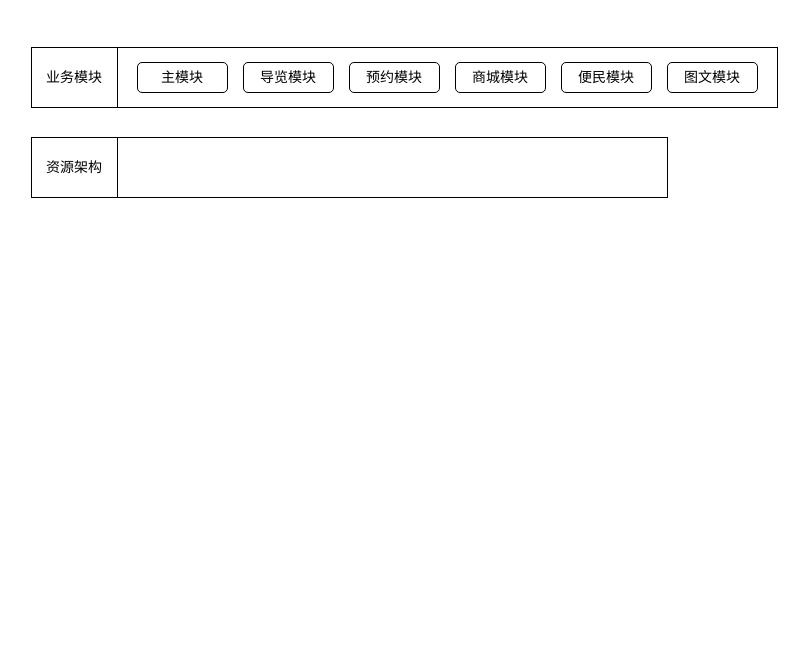
The draw.io diagram miniprogram.drawio in Labraff/diagrams.database, before the edit. Source tidied: cells renumbered, new cells numbered last; positions are measured from the earlier drawing's top-left corner, leaving out a move shared by most shapes. Both pictures are drawn from the tidied source at 100%, with x=0, y=0 at pixel (31, 47).
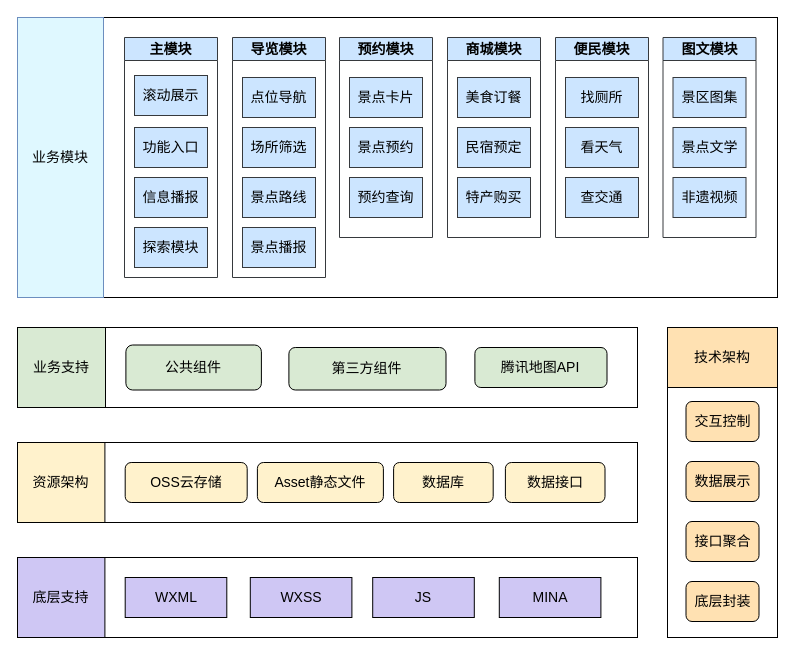
The same diagram, later.

What changed in the source:
```diff
@@
+    <mxCell id="12" style="group;" parent="1" vertex="1">
+      <mxGeometry x="-14" y="510" width="620" height="80" as="geometry" />
+    </mxCell>
+    <mxCell id="13" style="rounded=0;whiteSpace=wrap;html=1;fontSize=14;" parent="12" vertex="1">
+      <mxGeometry width="620" height="80" as="geometry" />
+    </mxCell>
+    <mxCell id="14" value="底层支持" style="rounded=0;whiteSpace=wrap;html=1;fontSize=14;fillColor=#cfc7f4;" parent="12" vertex="1">
+      <mxGeometry width="87.4" height="80" as="geometry" />
+    </mxCell>
+    <mxCell id="15" value="WXML" style="rounded=0;whiteSpace=wrap;html=1;fontSize=14;fillColor=#cfc7f4;" parent="12" vertex="1">
+      <mxGeometry x="107.7" y="20" width="101.6" height="40" as="geometry" />
+    </mxCell>
+    <mxCell id="16" value="WXSS" style="rounded=0;whiteSpace=wrap;html=1;fontSize=14;fillColor=#cfc7f4;" parent="12" vertex="1">
+      <mxGeometry x="232.8" y="20" width="101.6" height="40" as="geometry" />
+    </mxCell>
+    <mxCell id="17" value="JS" style="rounded=0;whiteSpace=wrap;html=1;fontSize=14;fillColor=#cfc7f4;" parent="12" vertex="1">
+      <mxGeometry x="355.2" y="20" width="101.6" height="40" as="geometry" />
+    </mxCell>
+    <mxCell id="18" value="MINA" style="rounded=0;whiteSpace=wrap;html=1;fontSize=14;fillColor=#cfc7f4;" parent="12" vertex="1">
+      <mxGeometry x="481.8" y="20" width="101.6" height="40" as="geometry" />
+    </mxCell>
+    <mxCell id="19" style="group;" parent="1" vertex="1">
+      <mxGeometry x="-14" y="395" width="620" height="80" as="geometry" />
+    </mxCell>
+    <mxCell id="10" style="rounded=0;whiteSpace=wrap;html=1;fontSize=14;" parent="19" vertex="1">
+      <mxGeometry x="6.1" width="613.9" height="80" as="geometry" />
+    </mxCell>
+    <mxCell id="11" value="资源架构" style="rounded=0;whiteSpace=wrap;html=1;fontSize=14;fillColor=#fff2cc;" parent="19" vertex="1">
+      <mxGeometry width="87.4" height="80" as="geometry" />
+    </mxCell>
+    <mxCell id="20" value="OSS云存储" style="rounded=1;whiteSpace=wrap;html=1;fontSize=14;fillColor=#fff2cc;" parent="19" vertex="1">
+      <mxGeometry x="107.7" y="20" width="122" height="40" as="geometry" />
+    </mxCell>
+    <mxCell id="21" value="Asset静态文件" style="rounded=1;whiteSpace=wrap;html=1;fontSize=14;fillColor=#fff2cc;" parent="19" vertex="1">
+      <mxGeometry x="239.9" y="20" width="126" height="40" as="geometry" />
+    </mxCell>
+    <mxCell id="22" value="数据库" style="rounded=1;whiteSpace=wrap;html=1;fontSize=14;fillColor=#fff2cc;" parent="19" vertex="1">
+      <mxGeometry x="376.1" y="20" width="99.6" height="40" as="geometry" />
+    </mxCell>
+    <mxCell id="23" value="数据接口" style="rounded=1;whiteSpace=wrap;html=1;fontSize=14;fillColor=#fff2cc;" parent="19" vertex="1">
+      <mxGeometry x="487.9" y="20" width="99.6" height="40" as="geometry" />
+    </mxCell>
+    <mxCell id="24" style="group;" parent="1" vertex="1">
+      <mxGeometry x="-14" y="280" width="620" height="80" as="geometry" />
+    </mxCell>
+    <mxCell id="25" style="rounded=0;whiteSpace=wrap;html=1;fontSize=14;" parent="24" vertex="1">
+      <mxGeometry width="620" height="80" as="geometry" />
+    </mxCell>
+    <mxCell id="26" value="业务支持" style="rounded=0;whiteSpace=wrap;html=1;fontSize=14;fillColor=#d9ead3;" parent="24" vertex="1">
+      <mxGeometry width="88" height="80" as="geometry" />
+    </mxCell>
+    <mxCell id="27" value="公共组件" style="rounded=1;whiteSpace=wrap;html=1;fontSize=14;fillColor=#d9ead3;" parent="24" vertex="1">
+      <mxGeometry x="108.4" y="17.5" width="135.5" height="45" as="geometry" />
+    </mxCell>
+    <mxCell id="28" value="第三方组件" style="rounded=1;whiteSpace=wrap;html=1;fontSize=14;fillColor=#d9ead3;" parent="24" vertex="1">
+      <mxGeometry x="271.4" y="20" width="157.1" height="42.5" as="geometry" />
+    </mxCell>
+    <mxCell id="29" value="腾讯地图API" style="rounded=1;whiteSpace=wrap;html=1;fontSize=14;fillColor=#d9ead3;" parent="24" vertex="1">
+      <mxGeometry x="457.4" y="20" width="132.1" height="40" as="geometry" />
+    </mxCell>
+    <mxCell id="30" style="group;" parent="1" vertex="1">
+      <mxGeometry x="636" y="280" width="110" height="310" as="geometry" />
+    </mxCell>
+    <mxCell id="31" style="rounded=0;whiteSpace=wrap;html=1;fontSize=14;" parent="30" vertex="1">
+      <mxGeometry width="110" height="310" as="geometry" />
+    </mxCell>
+    <mxCell id="32" value="技术架构" style="rounded=0;whiteSpace=wrap;html=1;fontSize=14;fillColor=#ffe1b2;" parent="30" vertex="1">
+      <mxGeometry width="110" height="60" as="geometry" />
+    </mxCell>
+    <mxCell id="33" value="底层封装" style="rounded=1;whiteSpace=wrap;html=1;fontSize=14;fillColor=#ffe1b2;" parent="30" vertex="1">
+      <mxGeometry x="18.5" y="254" width="73" height="40" as="geometry" />
+    </mxCell>
+    <mxCell id="34" value="接口聚合" style="rounded=1;whiteSpace=wrap;html=1;fontSize=14;fillColor=#ffe1b2;" parent="30" vertex="1">
+      <mxGeometry x="18.5" y="194" width="73" height="40" as="geometry" />
+    </mxCell>
+    <mxCell id="35" value="数据展示" style="rounded=1;whiteSpace=wrap;html=1;fontSize=14;fillColor=#ffe1b2;" parent="30" vertex="1">
+      <mxGeometry x="18.5" y="134" width="73" height="40" as="geometry" />
+    </mxCell>
+    <mxCell id="36" value="交互控制" style="rounded=1;whiteSpace=wrap;html=1;fontSize=14;fillColor=#ffe1b2;" parent="30" vertex="1">
+      <mxGeometry x="18.5" y="74" width="73" height="40" as="geometry" />
+    </mxCell>
+    <mxCell id="37" style="group;" parent="1" vertex="1">
+      <mxGeometry x="-14" y="-30" width="760" height="280" as="geometry" />
+    </mxCell>
-    <mxCell id="2" style="rounded=0;whiteSpace=wrap;html=1;" parent="1" vertex="1">
-      <mxGeometry width="746" height="60" as="geometry" />
+    <mxCell id="2" style="rounded=0;whiteSpace=wrap;html=1;" parent="37" vertex="1">
+      <mxGeometry width="760" height="280" as="geometry" />
     </mxCell>
-    <mxCell id="3" value="&lt;font style=&quot;font-size: 14px;&quot;&gt;业务模块&lt;/font&gt;" style="rounded=0;whiteSpace=wrap;html=1;" parent="1" vertex="1">
-      <mxGeometry width="86" height="60" as="geometry" />
+    <mxCell id="3" value="&lt;font style=&quot;font-size: 14px;&quot;&gt;业务模块&lt;/font&gt;" style="rounded=0;whiteSpace=wrap;html=1;fillColor=#dff8ff;strokeColor=#6c8ebf;" parent="37" vertex="1">
+      <mxGeometry width="86" height="280" as="geometry" />
     </mxCell>
+    <mxCell id="5" value="主模块" style="swimlane;whiteSpace=wrap;html=1;fontSize=14;fillColor=#cce5ff;strokeColor=#36393d;" parent="37" vertex="1">
+      <mxGeometry x="107" y="20" width="93" height="240" as="geometry" />
+    </mxCell>
+    <mxCell id="38" value="滚动展示" style="rounded=0;whiteSpace=wrap;html=1;fontSize=14;fillColor=#cce5ff;strokeColor=#36393d;" parent="5" vertex="1">
+      <mxGeometry x="10" y="38" width="73" height="40" as="geometry" />
+    </mxCell>
-    <mxCell id="4" value="导览模块" style="rounded=1;whiteSpace=wrap;html=1;fontSize=14;" parent="1" vertex="1">
-      <mxGeometry x="212" y="15" width="90" height="30" as="geometry" />
+    <mxCell id="4" value="导览模块" style="swimlane;whiteSpace=wrap;html=1;fontSize=14;fillColor=#cce5ff;strokeColor=#36393d;" parent="37" vertex="1">
+      <mxGeometry x="215" y="20" width="93" height="240" as="geometry" />
     </mxCell>
-    <mxCell id="5" value="主模块" style="rounded=1;whiteSpace=wrap;html=1;fontSize=14;" parent="1" vertex="1">
-      <mxGeometry x="106" y="15" width="90" height="30" as="geometry" />
-    </mxCell>
-    <mxCell id="6" value="预约模块" style="rounded=1;whiteSpace=wrap;html=1;fontSize=14;" parent="1" vertex="1">
-      <mxGeometry x="318" y="15" width="90" height="30" as="geometry" />
+    <mxCell id="6" value="预约模块" style="swimlane;whiteSpace=wrap;html=1;fontSize=14;fillColor=#cce5ff;strokeColor=#36393d;" parent="37" vertex="1">
+      <mxGeometry x="322" y="20" width="93" height="200" as="geometry" />
     </mxCell>
-    <mxCell id="7" value="商城模块" style="rounded=1;whiteSpace=wrap;html=1;fontSize=14;" parent="1" vertex="1">
-      <mxGeometry x="424" y="15" width="90" height="30" as="geometry" />
+    <mxCell id="7" value="商城模块" style="swimlane;whiteSpace=wrap;html=1;fontSize=14;fillColor=#cce5ff;strokeColor=#36393d;" parent="37" vertex="1">
+      <mxGeometry x="430" y="20" width="93" height="200" as="geometry" />
     </mxCell>
+    <mxCell id="39" value="美食订餐" style="rounded=0;whiteSpace=wrap;html=1;fontSize=14;fillColor=#cce5ff;strokeColor=#36393d;" parent="7" vertex="1">
+      <mxGeometry x="10" y="40" width="73" height="40" as="geometry" />
+    </mxCell>
-    <mxCell id="8" value="便民模块" style="rounded=1;whiteSpace=wrap;html=1;fontSize=14;" parent="1" vertex="1">
-      <mxGeometry x="530" y="15" width="90" height="30" as="geometry" />
+    <mxCell id="8" value="便民模块" style="swimlane;whiteSpace=wrap;html=1;fontSize=14;fillColor=#cce5ff;strokeColor=#36393d;" parent="37" vertex="1">
+      <mxGeometry x="538" y="20" width="93" height="200" as="geometry" />
     </mxCell>
-    <mxCell id="9" value="图文模块" style="rounded=1;whiteSpace=wrap;html=1;fontSize=14;" parent="1" vertex="1">
-      <mxGeometry x="636" y="15" width="90" height="30" as="geometry" />
+    <mxCell id="9" value="图文模块" style="swimlane;whiteSpace=wrap;html=1;fontSize=14;fillColor=#cce5ff;strokeColor=#36393d;" parent="37" vertex="1">
+      <mxGeometry x="645.5" y="20" width="93" height="200" as="geometry" />
     </mxCell>
-    <mxCell id="10" style="rounded=0;whiteSpace=wrap;html=1;fontSize=14;" parent="1" vertex="1">
-      <mxGeometry y="90" width="636" height="60" as="geometry" />
-    </mxCell>
-    <mxCell id="11" value="资源架构" style="rounded=0;whiteSpace=wrap;html=1;fontSize=14;" parent="1" vertex="1">
-      <mxGeometry y="90" width="86" height="60" as="geometry" />
-    </mxCell>
+    <mxCell id="40" value="功能入口" style="rounded=0;whiteSpace=wrap;html=1;fontSize=14;fillColor=#cce5ff;strokeColor=#36393d;" parent="37" vertex="1">
+      <mxGeometry x="117" y="110" width="73" height="40" as="geometry" />
+    </mxCell>
+    <mxCell id="41" value="信息播报" style="rounded=0;whiteSpace=wrap;html=1;fontSize=14;fillColor=#cce5ff;strokeColor=#36393d;" parent="37" vertex="1">
+      <mxGeometry x="117" y="160" width="73" height="40" as="geometry" />
+    </mxCell>
+    <mxCell id="42" value="探索模块" style="rounded=0;whiteSpace=wrap;html=1;fontSize=14;fillColor=#cce5ff;strokeColor=#36393d;" parent="37" vertex="1">
+      <mxGeometry x="117" y="210" width="73" height="40" as="geometry" />
+    </mxCell>
+    <mxCell id="43" value="点位导航" style="rounded=0;whiteSpace=wrap;html=1;fontSize=14;fillColor=#cce5ff;strokeColor=#36393d;" parent="37" vertex="1">
+      <mxGeometry x="225" y="60" width="73" height="40" as="geometry" />
+    </mxCell>
+    <mxCell id="44" value="场所筛选" style="rounded=0;whiteSpace=wrap;html=1;fontSize=14;fillColor=#cce5ff;strokeColor=#36393d;" parent="37" vertex="1">
+      <mxGeometry x="225" y="110" width="73" height="40" as="geometry" />
+    </mxCell>
+    <mxCell id="45" value="景点路线" style="rounded=0;whiteSpace=wrap;html=1;fontSize=14;fillColor=#cce5ff;strokeColor=#36393d;" parent="37" vertex="1">
+      <mxGeometry x="225" y="160" width="73" height="40" as="geometry" />
+    </mxCell>
+    <mxCell id="46" value="景点播报" style="rounded=0;whiteSpace=wrap;html=1;fontSize=14;fillColor=#cce5ff;strokeColor=#36393d;" parent="37" vertex="1">
+      <mxGeometry x="225" y="210" width="73" height="40" as="geometry" />
+    </mxCell>
+    <mxCell id="47" value="景点卡片" style="rounded=0;whiteSpace=wrap;html=1;fontSize=14;fillColor=#cce5ff;strokeColor=#36393d;" parent="37" vertex="1">
+      <mxGeometry x="332" y="60" width="73" height="40" as="geometry" />
+    </mxCell>
+    <mxCell id="48" value="景点预约" style="rounded=0;whiteSpace=wrap;html=1;fontSize=14;fillColor=#cce5ff;strokeColor=#36393d;" parent="37" vertex="1">
+      <mxGeometry x="332" y="110" width="73" height="40" as="geometry" />
+    </mxCell>
+    <mxCell id="49" value="预约查询" style="rounded=0;whiteSpace=wrap;html=1;fontSize=14;fillColor=#cce5ff;strokeColor=#36393d;" parent="37" vertex="1">
+      <mxGeometry x="332" y="160" width="73" height="40" as="geometry" />
+    </mxCell>
+    <mxCell id="50" value="民宿预定" style="rounded=0;whiteSpace=wrap;html=1;fontSize=14;fillColor=#cce5ff;strokeColor=#36393d;" parent="37" vertex="1">
+      <mxGeometry x="440" y="110" width="73" height="40" as="geometry" />
+    </mxCell>
+    <mxCell id="51" value="特产购买" style="rounded=0;whiteSpace=wrap;html=1;fontSize=14;fillColor=#cce5ff;strokeColor=#36393d;" parent="37" vertex="1">
+      <mxGeometry x="440" y="160" width="73" height="40" as="geometry" />
+    </mxCell>
+    <mxCell id="52" value="找厕所" style="rounded=0;whiteSpace=wrap;html=1;fontSize=14;fillColor=#cce5ff;strokeColor=#36393d;" parent="37" vertex="1">
+      <mxGeometry x="548" y="60" width="73" height="40" as="geometry" />
+    </mxCell>
+    <mxCell id="53" value="看天气" style="rounded=0;whiteSpace=wrap;html=1;fontSize=14;fillColor=#cce5ff;strokeColor=#36393d;" parent="37" vertex="1">
+      <mxGeometry x="548" y="110" width="73" height="40" as="geometry" />
+    </mxCell>
+    <mxCell id="54" value="查交通" style="rounded=0;whiteSpace=wrap;html=1;fontSize=14;fillColor=#cce5ff;strokeColor=#36393d;" parent="37" vertex="1">
+      <mxGeometry x="548" y="160" width="73" height="40" as="geometry" />
+    </mxCell>
+    <mxCell id="55" value="景区图集" style="rounded=0;whiteSpace=wrap;html=1;fontSize=14;fillColor=#cce5ff;strokeColor=#36393d;" parent="37" vertex="1">
+      <mxGeometry x="655.5" y="60" width="73" height="40" as="geometry" />
+    </mxCell>
+    <mxCell id="56" value="景点文学" style="rounded=0;whiteSpace=wrap;html=1;fontSize=14;fillColor=#cce5ff;strokeColor=#36393d;" parent="37" vertex="1">
+      <mxGeometry x="655.5" y="110" width="73" height="40" as="geometry" />
+    </mxCell>
+    <mxCell id="57" value="非遗视频" style="rounded=0;whiteSpace=wrap;html=1;fontSize=14;fillColor=#cce5ff;strokeColor=#36393d;" parent="37" vertex="1">
+      <mxGeometry x="655.5" y="160" width="73" height="40" as="geometry" />
+    </mxCell>
```
